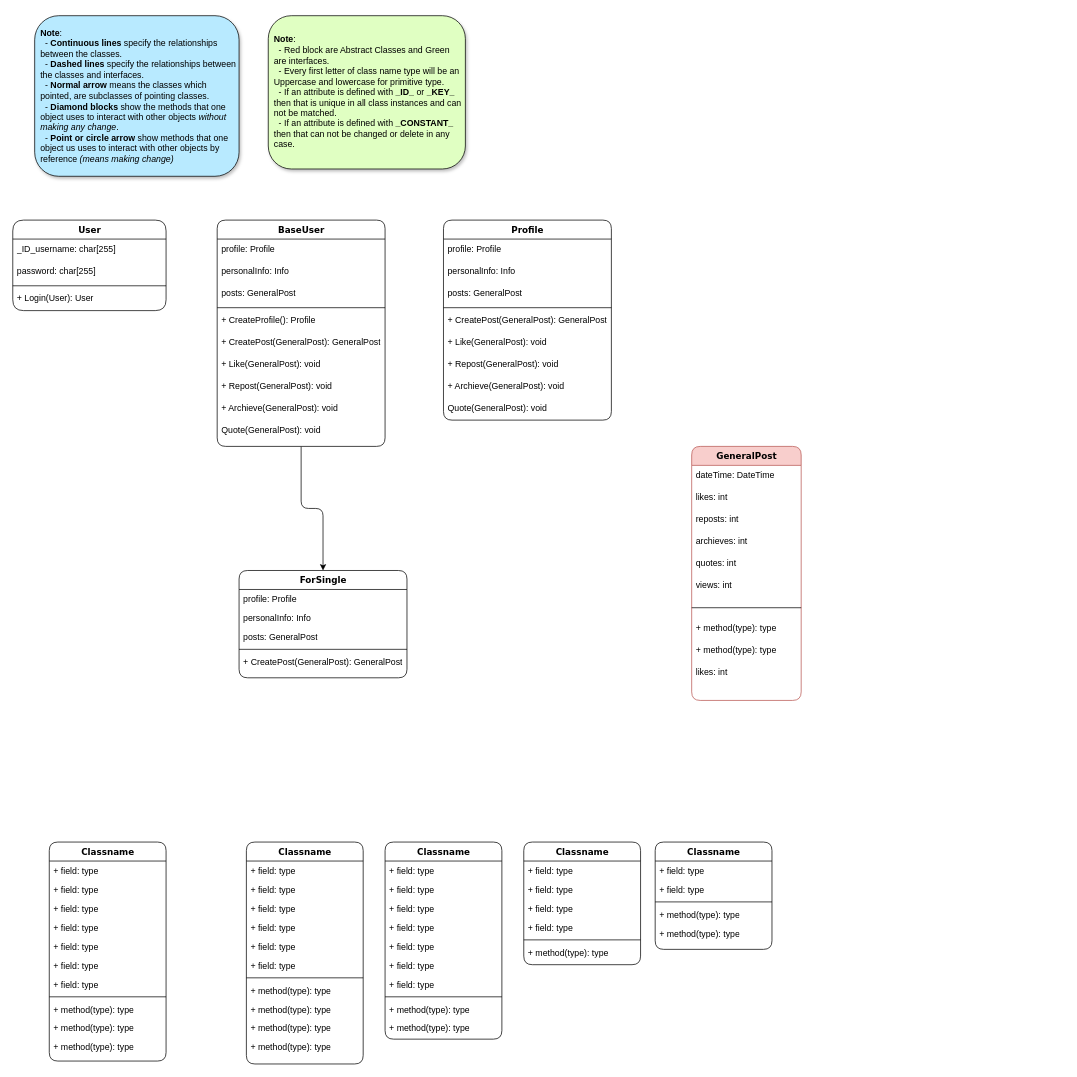
Earlier version of the draw.io diagram Class_Diagram.drawio (KyoTranKMA/DRP-Website). Source tidied: cells renumbered, new cells numbered last; positions are measured from the earlier drawing's top-left corner, leaving out a move shared by most shapes. Both pictures are drawn from the tidied source at 73%, with x=0, y=0 at pixel (12, 15).
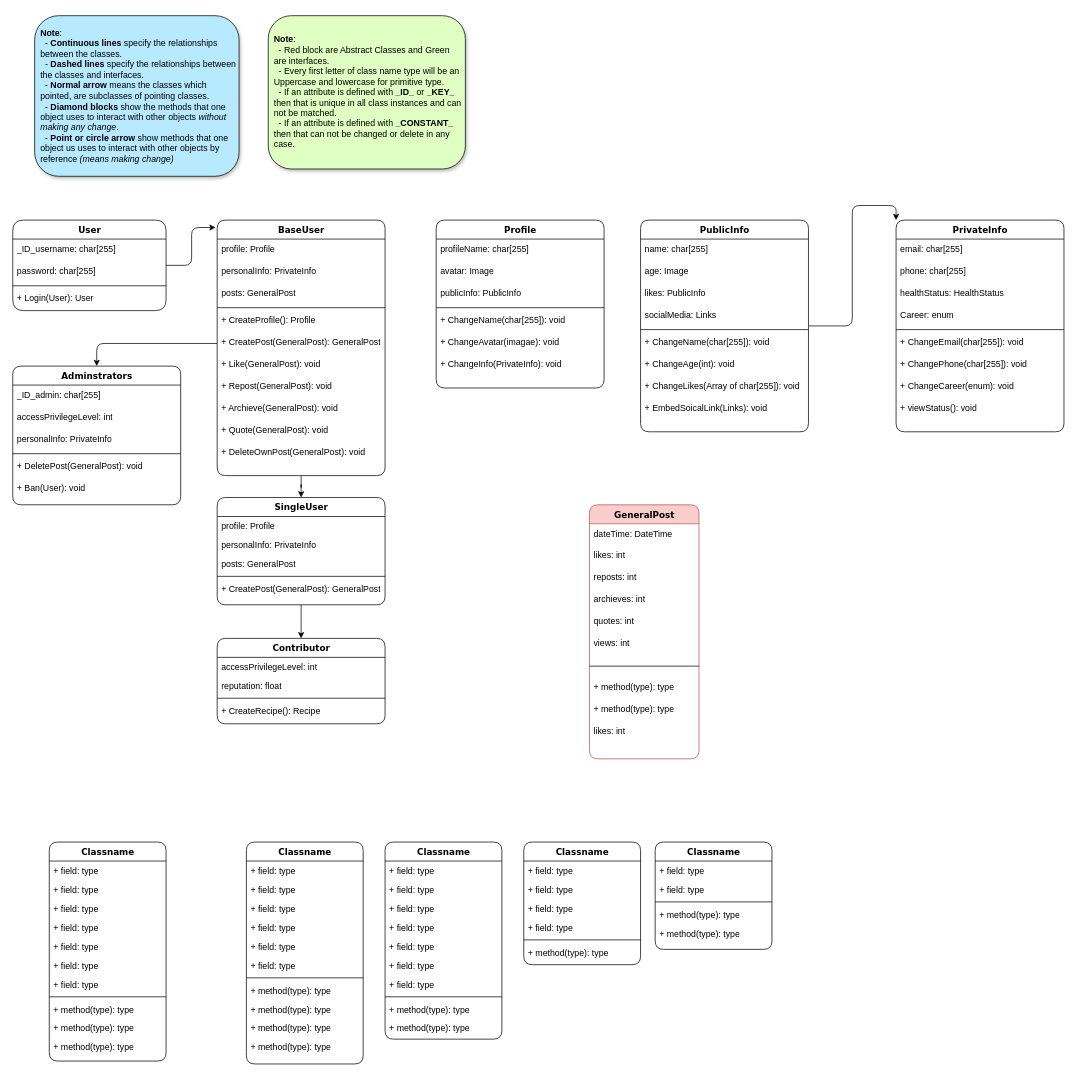
The same page after the edit.

The change refers to these unchanged cells:
```xml
<mxCell id="2" value="User" style="swimlane;html=1;fontStyle=1;align=center;verticalAlign=top;horizontal=1;startSize=26;swimlaneFillColor=#ffffff;rounded=1;shadow=0;comic=0;labelBackgroundColor=none;strokeWidth=1;fillColor=none;fontFamily=Verdana;fontSize=12;arcSize=19;" parent="1" vertex="1">
  <mxGeometry y="280" width="210" height="124" as="geometry" />
</mxCell>
<mxCell id="14" value="+ CreatePost(GeneralPost): GeneralPost" style="text;html=1;strokeColor=none;fillColor=none;align=left;verticalAlign=top;spacingLeft=4;spacingRight=4;whiteSpace=wrap;overflow=hidden;points=[[0,0.5],[1,0.5]];portConstraint=eastwest;labelBackgroundColor=none;rounded=1;" parent="8" vertex="1">
  <mxGeometry y="154" width="230" height="30" as="geometry" />
</mxCell>
```

Diff of the diagram source:
```diff
@@
     <mxCell id="8" value="BaseUser" style="swimlane;html=1;fontStyle=1;align=center;verticalAlign=top;horizontal=1;startSize=26;swimlaneFillColor=#ffffff;rounded=1;shadow=0;comic=0;labelBackgroundColor=none;strokeWidth=1;fillColor=none;fontFamily=Verdana;fontSize=12;" parent="1" vertex="1">
-      <mxGeometry x="280" y="280" width="230" height="310" as="geometry" />
+      <mxGeometry x="280" y="280" width="230" height="350" as="geometry" />
     </mxCell>
@@
-    <mxCell id="10" value="personalInfo: Info" style="text;html=1;strokeColor=none;fillColor=none;align=left;verticalAlign=top;spacingLeft=4;spacingRight=4;whiteSpace=wrap;overflow=hidden;labelBackgroundColor=none;rounded=1;" parent="8" vertex="1">
+    <mxCell id="10" value="personalInfo: PrivateInfo" style="text;html=1;strokeColor=none;fillColor=none;align=left;verticalAlign=top;spacingLeft=4;spacingRight=4;whiteSpace=wrap;overflow=hidden;labelBackgroundColor=none;rounded=1;" parent="8" vertex="1">
       <mxGeometry y="56" width="230" height="30" as="geometry" />
     </mxCell>
@@
-    <mxCell id="18" value="Quote(GeneralPost): void&amp;nbsp;" style="text;html=1;strokeColor=none;fillColor=none;align=left;verticalAlign=top;spacingLeft=4;spacingRight=4;whiteSpace=wrap;overflow=hidden;labelBackgroundColor=none;rounded=1;fontStyle=0;" parent="8" vertex="1">
+    <mxCell id="18" value="+ Quote(GeneralPost): void&amp;nbsp;" style="text;html=1;strokeColor=none;fillColor=none;align=left;verticalAlign=top;spacingLeft=4;spacingRight=4;whiteSpace=wrap;overflow=hidden;labelBackgroundColor=none;rounded=1;fontStyle=0;" parent="8" vertex="1">
       <mxGeometry y="274" width="230" height="30" as="geometry" />
     </mxCell>
+    <mxCell id="96" value="+ DeleteOwnPost(GeneralPost): void&amp;nbsp;" style="text;html=1;strokeColor=none;fillColor=none;align=left;verticalAlign=top;spacingLeft=4;spacingRight=4;whiteSpace=wrap;overflow=hidden;labelBackgroundColor=none;rounded=1;fontStyle=0;" parent="8" vertex="1">
+      <mxGeometry y="304" width="230" height="30" as="geometry" />
+    </mxCell>
     <mxCell id="19" value="GeneralPost" style="swimlane;html=1;fontStyle=1;align=center;verticalAlign=top;horizontal=1;startSize=26;swimlaneFillColor=#ffffff;rounded=1;shadow=0;comic=0;labelBackgroundColor=none;strokeWidth=1;fillColor=#f8cecc;fontFamily=Verdana;fontSize=12;strokeColor=#b85450;" parent="1" vertex="1">
-      <mxGeometry x="930" y="590" width="150" height="348" as="geometry" />
+      <mxGeometry x="790" y="670" width="150" height="348" as="geometry" />
     </mxCell>
@@
+    <mxCell id="97" style="edgeStyle=orthogonalEdgeStyle;rounded=1;jettySize=auto;html=1;entryX=0.5;entryY=0;entryDx=0;entryDy=0;" parent="1" edge="1" source="80" target="109">
+      <mxGeometry relative="1" as="geometry" />
+    </mxCell>
-    <mxCell id="80" value="ForSingle" style="swimlane;html=1;fontStyle=1;align=center;verticalAlign=top;horizontal=1;startSize=26;swimlaneFillColor=#ffffff;rounded=1;shadow=0;comic=0;labelBackgroundColor=none;strokeWidth=1;fillColor=none;fontFamily=Verdana;fontSize=12;" parent="1" vertex="1">
-      <mxGeometry x="310" y="760" width="230" height="147" as="geometry" />
+    <mxCell id="80" value="SingleUser" style="swimlane;html=1;fontStyle=1;align=center;verticalAlign=top;horizontal=1;startSize=26;swimlaneFillColor=#ffffff;rounded=1;shadow=0;comic=0;labelBackgroundColor=none;strokeWidth=1;fillColor=none;fontFamily=Verdana;fontSize=12;" parent="1" vertex="1">
+      <mxGeometry x="280" y="660" width="230" height="147" as="geometry" />
     </mxCell>
@@
-    <mxCell id="82" value="personalInfo: Info" style="text;html=1;strokeColor=none;fillColor=none;align=left;verticalAlign=top;spacingLeft=4;spacingRight=4;whiteSpace=wrap;overflow=hidden;labelBackgroundColor=none;rounded=1;" parent="80" vertex="1">
+    <mxCell id="82" value="personalInfo: PrivateInfo" style="text;html=1;strokeColor=none;fillColor=none;align=left;verticalAlign=top;spacingLeft=4;spacingRight=4;whiteSpace=wrap;overflow=hidden;labelBackgroundColor=none;rounded=1;" parent="80" vertex="1">
       <mxGeometry y="52" width="230" height="26" as="geometry" />
     </mxCell>
@@
     <mxCell id="86" value="Profile" style="swimlane;html=1;fontStyle=1;align=center;verticalAlign=top;horizontal=1;startSize=26;swimlaneFillColor=#ffffff;rounded=1;shadow=0;comic=0;labelBackgroundColor=none;strokeWidth=1;fillColor=none;fontFamily=Verdana;fontSize=12;" parent="1" vertex="1">
-      <mxGeometry x="590" y="280" width="230" height="274" as="geometry" />
+      <mxGeometry x="580" y="280" width="230" height="230" as="geometry" />
     </mxCell>
-    <mxCell id="87" value="profile: Profile&amp;nbsp;" style="text;html=1;strokeColor=none;fillColor=none;align=left;verticalAlign=top;spacingLeft=4;spacingRight=4;whiteSpace=wrap;overflow=hidden;labelBackgroundColor=none;rounded=1;" parent="86" vertex="1">
+    <mxCell id="87" value="profileName: char[255]&amp;nbsp;" style="text;html=1;strokeColor=none;fillColor=none;align=left;verticalAlign=top;spacingLeft=4;spacingRight=4;whiteSpace=wrap;overflow=hidden;labelBackgroundColor=none;rounded=1;" parent="86" vertex="1">
       <mxGeometry y="26" width="230" height="30" as="geometry" />
     </mxCell>
-    <mxCell id="88" value="personalInfo: Info" style="text;html=1;strokeColor=none;fillColor=none;align=left;verticalAlign=top;spacingLeft=4;spacingRight=4;whiteSpace=wrap;overflow=hidden;labelBackgroundColor=none;rounded=1;" parent="86" vertex="1">
+    <mxCell id="88" value="avatar: Image" style="text;html=1;strokeColor=none;fillColor=none;align=left;verticalAlign=top;spacingLeft=4;spacingRight=4;whiteSpace=wrap;overflow=hidden;labelBackgroundColor=none;rounded=1;" parent="86" vertex="1">
       <mxGeometry y="56" width="230" height="30" as="geometry" />
     </mxCell>
-    <mxCell id="89" value="posts: GeneralPost" style="text;html=1;strokeColor=none;fillColor=none;align=left;verticalAlign=top;spacingLeft=4;spacingRight=4;whiteSpace=wrap;overflow=hidden;labelBackgroundColor=none;rounded=1;" parent="86" vertex="1">
-      <mxGeometry y="86" width="230" height="30" as="geometry" />
-    </mxCell>
+    <mxCell id="98" value="publicInfo: PublicInfo" style="text;html=1;strokeColor=none;fillColor=none;align=left;verticalAlign=top;spacingLeft=4;spacingRight=4;whiteSpace=wrap;overflow=hidden;labelBackgroundColor=none;rounded=1;" parent="86" vertex="1">
+      <mxGeometry y="86" width="230" height="30" as="geometry" />
+    </mxCell>
@@
-    <mxCell id="91" value="+ CreatePost(GeneralPost): GeneralPost" style="text;html=1;strokeColor=none;fillColor=none;align=left;verticalAlign=top;spacingLeft=4;spacingRight=4;whiteSpace=wrap;overflow=hidden;labelBackgroundColor=none;rounded=1;" parent="86" vertex="1">
+    <mxCell id="91" value="+ ChangeName(char[255]): void" style="text;html=1;strokeColor=none;fillColor=none;align=left;verticalAlign=top;spacingLeft=4;spacingRight=4;whiteSpace=wrap;overflow=hidden;labelBackgroundColor=none;rounded=1;" parent="86" vertex="1">
       <mxGeometry y="124" width="230" height="30" as="geometry" />
     </mxCell>
-    <mxCell id="92" value="+ Like(GeneralPost): void&amp;nbsp;" style="text;html=1;strokeColor=none;fillColor=none;align=left;verticalAlign=top;spacingLeft=4;spacingRight=4;whiteSpace=wrap;overflow=hidden;labelBackgroundColor=none;rounded=1;" parent="86" vertex="1">
+    <mxCell id="92" value="+ ChangeAvatar(imagae): void&amp;nbsp;" style="text;html=1;strokeColor=none;fillColor=none;align=left;verticalAlign=top;spacingLeft=4;spacingRight=4;whiteSpace=wrap;overflow=hidden;labelBackgroundColor=none;rounded=1;" parent="86" vertex="1">
       <mxGeometry y="154" width="230" height="30" as="geometry" />
     </mxCell>
-    <mxCell id="93" value="+ Repost(GeneralPost): void&amp;nbsp;" style="text;html=1;strokeColor=none;fillColor=none;align=left;verticalAlign=top;spacingLeft=4;spacingRight=4;whiteSpace=wrap;overflow=hidden;labelBackgroundColor=none;rounded=1;" parent="86" vertex="1">
-      <mxGeometry y="184" width="230" height="30" as="geometry" />
-    </mxCell>
-    <mxCell id="94" value="+ Archieve(GeneralPost): void&amp;nbsp;" style="text;html=1;strokeColor=none;fillColor=none;align=left;verticalAlign=top;spacingLeft=4;spacingRight=4;whiteSpace=wrap;overflow=hidden;labelBackgroundColor=none;rounded=1;fontStyle=0;" parent="86" vertex="1">
-      <mxGeometry y="214" width="230" height="30" as="geometry" />
-    </mxCell>
-    <mxCell id="95" value="Quote(GeneralPost): void&amp;nbsp;" style="text;html=1;strokeColor=none;fillColor=none;align=left;verticalAlign=top;spacingLeft=4;spacingRight=4;whiteSpace=wrap;overflow=hidden;labelBackgroundColor=none;rounded=1;fontStyle=0;" parent="86" vertex="1">
-      <mxGeometry y="244" width="230" height="30" as="geometry" />
-    </mxCell>
+    <mxCell id="99" value="+ ChangeInfo(PrivateInfo): void&amp;nbsp;" style="text;html=1;strokeColor=none;fillColor=none;align=left;verticalAlign=top;spacingLeft=4;spacingRight=4;whiteSpace=wrap;overflow=hidden;labelBackgroundColor=none;rounded=1;" parent="86" vertex="1">
+      <mxGeometry y="184" width="230" height="30" as="geometry" />
+    </mxCell>
+    <mxCell id="100" style="edgeStyle=orthogonalEdgeStyle;rounded=1;jettySize=auto;html=1;entryX=-0.009;entryY=0.029;entryDx=0;entryDy=0;entryPerimeter=0;" parent="1" edge="1" source="2" target="8">
+      <mxGeometry relative="1" as="geometry" />
+    </mxCell>
+    <mxCell id="101" value="Adminstrators" style="swimlane;html=1;fontStyle=1;align=center;verticalAlign=top;horizontal=1;startSize=26;swimlaneFillColor=#ffffff;rounded=1;shadow=0;comic=0;labelBackgroundColor=none;strokeWidth=1;fillColor=none;fontFamily=Verdana;fontSize=12;" parent="1" vertex="1">
+      <mxGeometry y="480" width="230" height="190" as="geometry" />
+    </mxCell>
+    <mxCell id="102" value="_ID_admin: char[255]" style="text;html=1;strokeColor=none;fillColor=none;align=left;verticalAlign=top;spacingLeft=4;spacingRight=4;whiteSpace=wrap;overflow=hidden;labelBackgroundColor=none;rounded=1;" parent="101" vertex="1">
+      <mxGeometry y="26" width="230" height="30" as="geometry" />
+    </mxCell>
+    <mxCell id="103" value="accessPrivilegeLevel: int" style="text;html=1;strokeColor=none;fillColor=none;align=left;verticalAlign=top;spacingLeft=4;spacingRight=4;whiteSpace=wrap;overflow=hidden;labelBackgroundColor=none;rounded=1;" parent="101" vertex="1">
+      <mxGeometry y="56" width="230" height="30" as="geometry" />
+    </mxCell>
+    <mxCell id="104" value="personalInfo: PrivateInfo" style="text;html=1;strokeColor=none;fillColor=none;align=left;verticalAlign=top;spacingLeft=4;spacingRight=4;whiteSpace=wrap;overflow=hidden;labelBackgroundColor=none;rounded=1;" parent="101" vertex="1">
+      <mxGeometry y="86" width="230" height="30" as="geometry" />
+    </mxCell>
+    <mxCell id="105" style="line;html=1;strokeWidth=1;fillColor=none;align=left;verticalAlign=middle;spacingTop=-1;spacingLeft=3;spacingRight=3;labelPosition=right;labelBackgroundColor=none;rounded=1;" parent="101" vertex="1">
+      <mxGeometry y="116" width="230" height="8" as="geometry" />
+    </mxCell>
+    <mxCell id="106" value="+ DeletePost(GeneralPost): void" style="text;html=1;strokeColor=none;fillColor=none;align=left;verticalAlign=top;spacingLeft=4;spacingRight=4;whiteSpace=wrap;overflow=hidden;labelBackgroundColor=none;rounded=1;" parent="101" vertex="1">
+      <mxGeometry y="124" width="230" height="30" as="geometry" />
+    </mxCell>
+    <mxCell id="107" value="+ Ban(User): void&amp;nbsp;" style="text;html=1;strokeColor=none;fillColor=none;align=left;verticalAlign=top;spacingLeft=4;spacingRight=4;whiteSpace=wrap;overflow=hidden;labelBackgroundColor=none;rounded=1;" parent="101" vertex="1">
+      <mxGeometry y="154" width="230" height="30" as="geometry" />
+    </mxCell>
+    <mxCell id="108" style="edgeStyle=orthogonalEdgeStyle;rounded=1;jettySize=auto;html=1;entryX=0.5;entryY=0;entryDx=0;entryDy=0;" parent="1" edge="1" source="14" target="101">
+      <mxGeometry relative="1" as="geometry" />
+    </mxCell>
+    <mxCell id="109" value="Contributor" style="swimlane;html=1;fontStyle=1;align=center;verticalAlign=top;horizontal=1;startSize=26;swimlaneFillColor=#ffffff;rounded=1;shadow=0;comic=0;labelBackgroundColor=none;strokeWidth=1;fillColor=none;fontFamily=Verdana;fontSize=12;" parent="1" vertex="1">
+      <mxGeometry x="280" y="853" width="230" height="117" as="geometry" />
+    </mxCell>
+    <mxCell id="110" value="accessPrivilegeLevel: int" style="text;html=1;strokeColor=none;fillColor=none;align=left;verticalAlign=top;spacingLeft=4;spacingRight=4;whiteSpace=wrap;overflow=hidden;labelBackgroundColor=none;rounded=1;" parent="109" vertex="1">
+      <mxGeometry y="26" width="230" height="26" as="geometry" />
+    </mxCell>
+    <mxCell id="111" value="reputation: float" style="text;html=1;strokeColor=none;fillColor=none;align=left;verticalAlign=top;spacingLeft=4;spacingRight=4;whiteSpace=wrap;overflow=hidden;labelBackgroundColor=none;rounded=1;" parent="109" vertex="1">
+      <mxGeometry y="52" width="230" height="26" as="geometry" />
+    </mxCell>
+    <mxCell id="112" style="line;html=1;strokeWidth=1;fillColor=none;align=left;verticalAlign=middle;spacingTop=-1;spacingLeft=3;spacingRight=3;labelPosition=right;labelBackgroundColor=none;rounded=1;" parent="109" vertex="1">
+      <mxGeometry y="78" width="230" height="8" as="geometry" />
+    </mxCell>
+    <mxCell id="113" value="+ CreateRecipe(): Recipe" style="text;html=1;strokeColor=none;fillColor=none;align=left;verticalAlign=top;spacingLeft=4;spacingRight=4;whiteSpace=wrap;overflow=hidden;labelBackgroundColor=none;rounded=1;" parent="109" vertex="1">
+      <mxGeometry y="86" width="230" height="26" as="geometry" />
+    </mxCell>
+    <mxCell id="114" style="edgeStyle=orthogonalEdgeStyle;rounded=1;jettySize=auto;html=1;entryX=0;entryY=0;entryDx=0;entryDy=0;" parent="1" edge="1" source="115" target="125">
+      <mxGeometry relative="1" as="geometry" />
+    </mxCell>
+    <mxCell id="115" value="PublicInfo" style="swimlane;html=1;fontStyle=1;align=center;verticalAlign=top;horizontal=1;startSize=26;swimlaneFillColor=#ffffff;rounded=1;shadow=0;comic=0;labelBackgroundColor=none;strokeWidth=1;fillColor=none;fontFamily=Verdana;fontSize=12;" parent="1" vertex="1">
+      <mxGeometry x="860" y="280" width="230" height="290" as="geometry" />
+    </mxCell>
+    <mxCell id="116" value="name: char[255]&amp;nbsp;" style="text;html=1;strokeColor=none;fillColor=none;align=left;verticalAlign=top;spacingLeft=4;spacingRight=4;whiteSpace=wrap;overflow=hidden;labelBackgroundColor=none;rounded=1;" parent="115" vertex="1">
+      <mxGeometry y="26" width="230" height="30" as="geometry" />
+    </mxCell>
+    <mxCell id="117" value="age: Image" style="text;html=1;strokeColor=none;fillColor=none;align=left;verticalAlign=top;spacingLeft=4;spacingRight=4;whiteSpace=wrap;overflow=hidden;labelBackgroundColor=none;rounded=1;" parent="115" vertex="1">
+      <mxGeometry y="56" width="230" height="30" as="geometry" />
+    </mxCell>
+    <mxCell id="118" value="likes: PublicInfo" style="text;html=1;strokeColor=none;fillColor=none;align=left;verticalAlign=top;spacingLeft=4;spacingRight=4;whiteSpace=wrap;overflow=hidden;labelBackgroundColor=none;rounded=1;" parent="115" vertex="1">
+      <mxGeometry y="86" width="230" height="30" as="geometry" />
+    </mxCell>
+    <mxCell id="119" value="socialMedia: Links" style="text;html=1;strokeColor=none;fillColor=none;align=left;verticalAlign=top;spacingLeft=4;spacingRight=4;whiteSpace=wrap;overflow=hidden;labelBackgroundColor=none;rounded=1;" parent="115" vertex="1">
+      <mxGeometry y="116" width="230" height="30" as="geometry" />
+    </mxCell>
+    <mxCell id="120" style="line;html=1;strokeWidth=1;fillColor=none;align=left;verticalAlign=middle;spacingTop=-1;spacingLeft=3;spacingRight=3;labelPosition=right;labelBackgroundColor=none;rounded=1;" parent="115" vertex="1">
+      <mxGeometry y="146" width="230" height="8" as="geometry" />
+    </mxCell>
+    <mxCell id="121" value="+ ChangeName(char[255]): void" style="text;html=1;strokeColor=none;fillColor=none;align=left;verticalAlign=top;spacingLeft=4;spacingRight=4;whiteSpace=wrap;overflow=hidden;labelBackgroundColor=none;rounded=1;" parent="115" vertex="1">
+      <mxGeometry y="154" width="230" height="30" as="geometry" />
+    </mxCell>
+    <mxCell id="122" value="+ ChangeAge(int): void&amp;nbsp;" style="text;html=1;strokeColor=none;fillColor=none;align=left;verticalAlign=top;spacingLeft=4;spacingRight=4;whiteSpace=wrap;overflow=hidden;labelBackgroundColor=none;rounded=1;" parent="115" vertex="1">
+      <mxGeometry y="184" width="230" height="30" as="geometry" />
+    </mxCell>
+    <mxCell id="123" value="+ ChangeLikes(Array of char[255]): void&amp;nbsp;" style="text;html=1;strokeColor=none;fillColor=none;align=left;verticalAlign=top;spacingLeft=4;spacingRight=4;whiteSpace=wrap;overflow=hidden;labelBackgroundColor=none;rounded=1;" parent="115" vertex="1">
+      <mxGeometry y="214" width="230" height="30" as="geometry" />
+    </mxCell>
+    <mxCell id="124" value="+ EmbedSoicalLink(Links): void&amp;nbsp;" style="text;html=1;strokeColor=none;fillColor=none;align=left;verticalAlign=top;spacingLeft=4;spacingRight=4;whiteSpace=wrap;overflow=hidden;labelBackgroundColor=none;rounded=1;" parent="115" vertex="1">
+      <mxGeometry y="244" width="230" height="30" as="geometry" />
+    </mxCell>
+    <mxCell id="125" value="PrivateInfo" style="swimlane;html=1;fontStyle=1;align=center;verticalAlign=top;horizontal=1;startSize=26;swimlaneFillColor=#ffffff;rounded=1;shadow=0;comic=0;labelBackgroundColor=none;strokeWidth=1;fillColor=none;fontFamily=Verdana;fontSize=12;" parent="1" vertex="1">
+      <mxGeometry x="1210" y="280" width="230" height="290" as="geometry" />
+    </mxCell>
+    <mxCell id="126" value="email: char[255]&amp;nbsp;" style="text;html=1;strokeColor=none;fillColor=none;align=left;verticalAlign=top;spacingLeft=4;spacingRight=4;whiteSpace=wrap;overflow=hidden;labelBackgroundColor=none;rounded=1;" parent="125" vertex="1">
+      <mxGeometry y="26" width="230" height="30" as="geometry" />
+    </mxCell>
+    <mxCell id="127" value="phone: char[255]" style="text;html=1;strokeColor=none;fillColor=none;align=left;verticalAlign=top;spacingLeft=4;spacingRight=4;whiteSpace=wrap;overflow=hidden;labelBackgroundColor=none;rounded=1;" parent="125" vertex="1">
+      <mxGeometry y="56" width="230" height="30" as="geometry" />
+    </mxCell>
+    <mxCell id="128" value="healthStatus: HealthStatus" style="text;html=1;strokeColor=none;fillColor=none;align=left;verticalAlign=top;spacingLeft=4;spacingRight=4;whiteSpace=wrap;overflow=hidden;labelBackgroundColor=none;rounded=1;" parent="125" vertex="1">
+      <mxGeometry y="86" width="230" height="30" as="geometry" />
+    </mxCell>
+    <mxCell id="129" value="Career: enum" style="text;html=1;strokeColor=none;fillColor=none;align=left;verticalAlign=top;spacingLeft=4;spacingRight=4;whiteSpace=wrap;overflow=hidden;labelBackgroundColor=none;rounded=1;" parent="125" vertex="1">
+      <mxGeometry y="116" width="230" height="30" as="geometry" />
+    </mxCell>
+    <mxCell id="130" style="line;html=1;strokeWidth=1;fillColor=none;align=left;verticalAlign=middle;spacingTop=-1;spacingLeft=3;spacingRight=3;labelPosition=right;labelBackgroundColor=none;rounded=1;" parent="125" vertex="1">
+      <mxGeometry y="146" width="230" height="8" as="geometry" />
+    </mxCell>
+    <mxCell id="131" value="+ ChangeEmail(char[255]): void" style="text;html=1;strokeColor=none;fillColor=none;align=left;verticalAlign=top;spacingLeft=4;spacingRight=4;whiteSpace=wrap;overflow=hidden;labelBackgroundColor=none;rounded=1;" parent="125" vertex="1">
+      <mxGeometry y="154" width="230" height="30" as="geometry" />
+    </mxCell>
+    <mxCell id="132" value="+ ChangePhone(char[255]): void&amp;nbsp;" style="text;html=1;strokeColor=none;fillColor=none;align=left;verticalAlign=top;spacingLeft=4;spacingRight=4;whiteSpace=wrap;overflow=hidden;labelBackgroundColor=none;rounded=1;" parent="125" vertex="1">
+      <mxGeometry y="184" width="230" height="30" as="geometry" />
+    </mxCell>
+    <mxCell id="133" value="+ ChangeCareer(enum): void&amp;nbsp;" style="text;html=1;strokeColor=none;fillColor=none;align=left;verticalAlign=top;spacingLeft=4;spacingRight=4;whiteSpace=wrap;overflow=hidden;labelBackgroundColor=none;rounded=1;" parent="125" vertex="1">
+      <mxGeometry y="214" width="230" height="30" as="geometry" />
+    </mxCell>
+    <mxCell id="134" value="+ viewStatus(): void" style="text;html=1;strokeColor=none;fillColor=none;align=left;verticalAlign=top;spacingLeft=4;spacingRight=4;whiteSpace=wrap;overflow=hidden;labelBackgroundColor=none;rounded=1;" parent="125" vertex="1">
+      <mxGeometry y="244" width="230" height="30" as="geometry" />
+    </mxCell>
```
